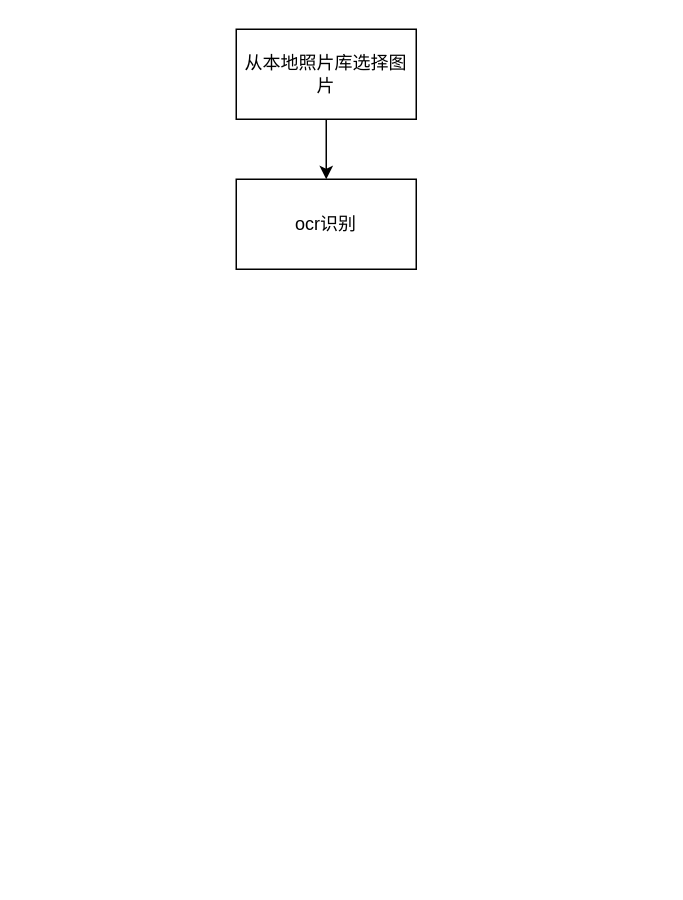
archwolf118/AI keeps this draw.io diagram as 移动端sdk.drawio. Above is the earlier version. Source tidied: cells renumbered, new cells numbered last; positions are measured from the earlier drawing's top-left corner, leaving out a move shared by most shapes. Both pictures are drawn from the tidied source at 150%, with x=0, y=0 at pixel (236, 28).
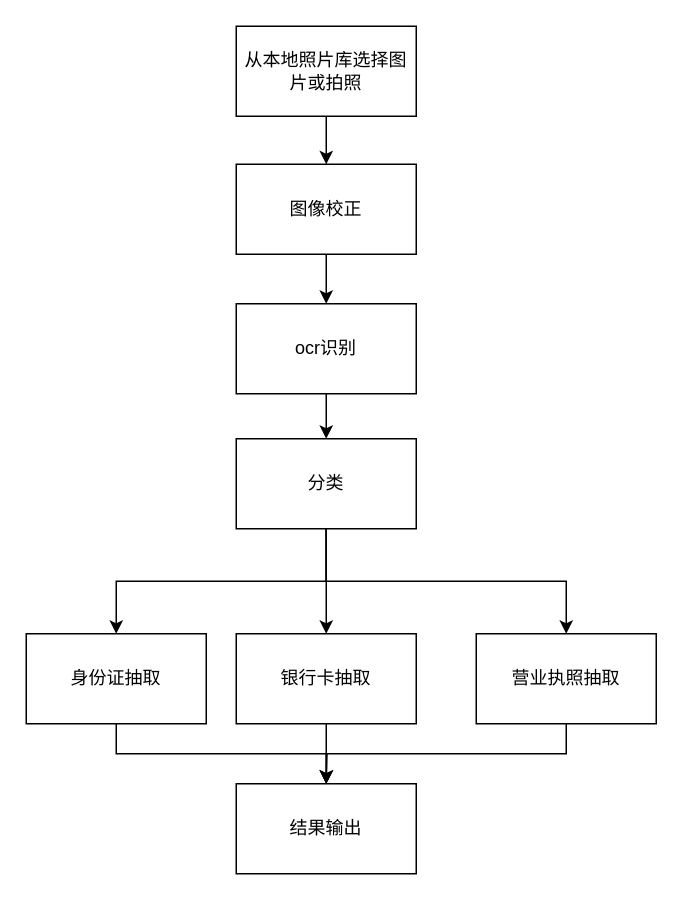
The same diagram, later.

Commit message:
更新移动端sdk.drawio

The edit, as a diff of the source:
```diff
@@
 <mxGraphModel>
   <root>
     <mxCell id="0" />
     <mxCell id="1" parent="0" />
-    <mxCell id="2" style="edgeStyle=orthogonalEdgeStyle;rounded=0;jettySize=auto;html=1;exitX=0.5;exitY=1;exitDx=0;exitDy=0;entryX=0.5;entryY=0;entryDx=0;entryDy=0;" parent="1" edge="1" source="3" target="4">
-      <mxGeometry relative="1" as="geometry" />
-    </mxCell>
+    <mxCell id="5" style="edgeStyle=orthogonalEdgeStyle;rounded=0;jettySize=auto;html=1;exitX=0.5;exitY=1;exitDx=0;exitDy=0;entryX=0.5;entryY=0;entryDx=0;entryDy=0;" parent="1" edge="1" source="3" target="19">
+      <mxGeometry relative="1" as="geometry" />
+    </mxCell>
-    <mxCell id="3" value="从本地照片库选择图片" style="rounded=0;whiteSpace=wrap;html=1;" parent="1" vertex="1">
-      <mxGeometry width="120" height="60" as="geometry" />
+    <mxCell id="3" value="从本地照片库选择图片或拍照" style="rounded=0;whiteSpace=wrap;html=1;" parent="1" vertex="1">
+      <mxGeometry y="-2" width="120" height="60" as="geometry" />
     </mxCell>
+    <mxCell id="6" style="edgeStyle=orthogonalEdgeStyle;rounded=0;jettySize=auto;html=1;exitX=0.5;exitY=1;exitDx=0;exitDy=0;entryX=0.5;entryY=0;entryDx=0;entryDy=0;" parent="1" edge="1" source="4" target="10">
+      <mxGeometry relative="1" as="geometry" />
+    </mxCell>
     <mxCell id="4" value="ocr识别" style="rounded=0;whiteSpace=wrap;html=1;" parent="1" vertex="1">
-      <mxGeometry y="100" width="120" height="60" as="geometry" />
+      <mxGeometry y="183" width="120" height="60" as="geometry" />
     </mxCell>
+    <mxCell id="7" style="edgeStyle=orthogonalEdgeStyle;rounded=0;jettySize=auto;html=1;exitX=0.5;exitY=1;exitDx=0;exitDy=0;" parent="1" edge="1" source="10" target="12">
+      <mxGeometry relative="1" as="geometry" />
+    </mxCell>
+    <mxCell id="8" style="edgeStyle=orthogonalEdgeStyle;rounded=0;jettySize=auto;html=1;exitX=0.5;exitY=1;exitDx=0;exitDy=0;entryX=0.5;entryY=0;entryDx=0;entryDy=0;" parent="1" edge="1" source="10" target="14">
+      <mxGeometry relative="1" as="geometry" />
+    </mxCell>
+    <mxCell id="9" style="edgeStyle=orthogonalEdgeStyle;rounded=0;jettySize=auto;html=1;exitX=0.5;exitY=1;exitDx=0;exitDy=0;entryX=0.5;entryY=0;entryDx=0;entryDy=0;" parent="1" edge="1" source="10" target="16">
+      <mxGeometry relative="1" as="geometry" />
+    </mxCell>
+    <mxCell id="10" value="分类" style="rounded=0;whiteSpace=wrap;html=1;" parent="1" vertex="1">
+      <mxGeometry y="273" width="120" height="60" as="geometry" />
+    </mxCell>
+    <mxCell id="11" style="edgeStyle=orthogonalEdgeStyle;rounded=0;jettySize=auto;html=1;exitX=0.5;exitY=1;exitDx=0;exitDy=0;" parent="1" edge="1" source="12">
+      <mxGeometry relative="1" as="geometry">
+        <mxPoint x="60" y="503" as="targetPoint" />
+      </mxGeometry>
+    </mxCell>
+    <mxCell id="12" value="身份证抽取" style="rounded=0;whiteSpace=wrap;html=1;" parent="1" vertex="1">
+      <mxGeometry x="-140" y="403" width="120" height="60" as="geometry" />
+    </mxCell>
+    <mxCell id="13" style="edgeStyle=orthogonalEdgeStyle;rounded=0;jettySize=auto;html=1;exitX=0.5;exitY=1;exitDx=0;exitDy=0;entryX=0.5;entryY=0;entryDx=0;entryDy=0;" parent="1" edge="1" source="14" target="17">
+      <mxGeometry relative="1" as="geometry" />
+    </mxCell>
+    <mxCell id="14" value="银行卡抽取" style="rounded=0;whiteSpace=wrap;html=1;" parent="1" vertex="1">
+      <mxGeometry y="403" width="120" height="60" as="geometry" />
+    </mxCell>
+    <mxCell id="15" style="edgeStyle=orthogonalEdgeStyle;rounded=0;jettySize=auto;html=1;exitX=0.5;exitY=1;exitDx=0;exitDy=0;entryX=0.5;entryY=0;entryDx=0;entryDy=0;" parent="1" edge="1" source="16" target="17">
+      <mxGeometry relative="1" as="geometry" />
+    </mxCell>
+    <mxCell id="16" value="营业执照抽取" style="rounded=0;whiteSpace=wrap;html=1;" parent="1" vertex="1">
+      <mxGeometry x="160" y="403" width="120" height="60" as="geometry" />
+    </mxCell>
+    <mxCell id="17" value="结果输出" style="rounded=0;whiteSpace=wrap;html=1;" parent="1" vertex="1">
+      <mxGeometry y="503" width="120" height="60" as="geometry" />
+    </mxCell>
+    <mxCell id="18" style="edgeStyle=orthogonalEdgeStyle;rounded=0;jettySize=auto;html=1;exitX=0.5;exitY=1;exitDx=0;exitDy=0;entryX=0.5;entryY=0;entryDx=0;entryDy=0;" parent="1" edge="1" source="19" target="4">
+      <mxGeometry relative="1" as="geometry" />
+    </mxCell>
+    <mxCell id="19" value="图像校正" style="rounded=0;whiteSpace=wrap;html=1;" parent="1" vertex="1">
+      <mxGeometry y="90" width="120" height="60" as="geometry" />
+    </mxCell>
   </root>
 </mxGraphModel>
```
